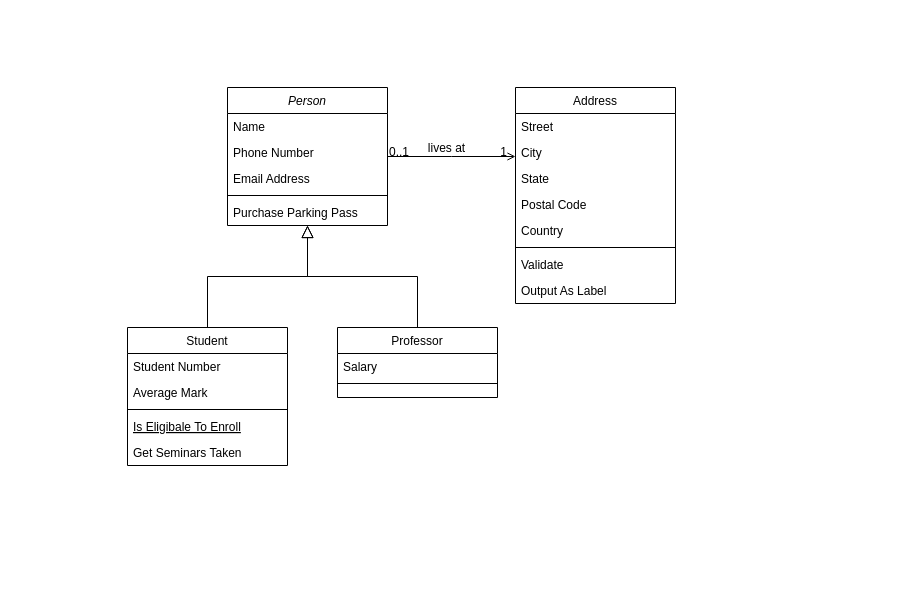
Above: design/Untitled Diagram.drawio in HustLion/UIStreamer (draw.io), before the change. Source tidied: cells renumbered, new cells numbered last; positions are measured from the earlier drawing's top-left corner, leaving out a move shared by most shapes. Both pictures are drawn from the tidied source at 100%, with x=0, y=0 at pixel (127, 87).
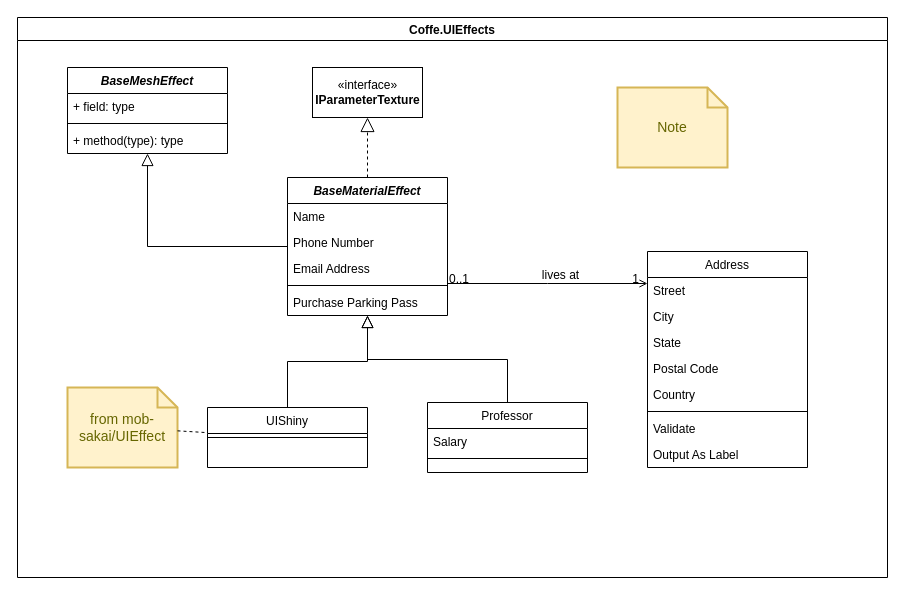
Above is the later version.

The edit, as a diff of the source:
```diff
@@
+    <mxCell id="32" value="Coffe.UIEffects" style="swimlane;" parent="1" vertex="1">
+      <mxGeometry x="-110" y="-70" width="870" height="560" as="geometry" />
+    </mxCell>
+    <mxCell id="33" value="Note" style="shape=note;strokeWidth=2;fontSize=14;size=20;whiteSpace=wrap;html=1;fillColor=#fff2cc;strokeColor=#d6b656;fontColor=#666600;" parent="32" vertex="1">
+      <mxGeometry x="600" y="70" width="110" height="80" as="geometry" />
+    </mxCell>
+    <mxCell id="34" style="edgeStyle=orthogonalEdgeStyle;rounded=0;jettySize=auto;html=1;endArrow=block;endFill=0;endSize=10;" parent="32" edge="1" source="2" target="37">
+      <mxGeometry relative="1" as="geometry" />
+    </mxCell>
-    <mxCell id="2" value="Person" style="swimlane;fontStyle=2;align=center;verticalAlign=top;horizontal=1;startSize=26;rounded=0;shadow=0;strokeWidth=1;" parent="1" vertex="1">
-      <mxGeometry x="100" width="160" height="138" as="geometry" />
+    <mxCell id="2" value="BaseMaterialEffect" style="swimlane;fontStyle=3;align=center;verticalAlign=top;horizontal=1;startSize=26;rounded=0;shadow=0;strokeWidth=1;" parent="32" vertex="1">
+      <mxGeometry x="270" y="160" width="160" height="138" as="geometry" />
     </mxCell>
@@
-    <mxCell id="8" value="Student" style="swimlane;fontStyle=0;align=center;verticalAlign=top;horizontal=1;startSize=26;rounded=0;shadow=0;strokeWidth=1;" parent="1" vertex="1">
-      <mxGeometry y="240" width="160" height="138" as="geometry" />
+    <mxCell id="8" value="UIShiny" style="swimlane;fontStyle=0;align=center;verticalAlign=top;horizontal=1;startSize=26;rounded=0;shadow=0;strokeWidth=1;" parent="32" vertex="1">
+      <mxGeometry x="190" y="390" width="160" height="60" as="geometry" />
     </mxCell>
-    <mxCell id="9" value="Student Number" style="text;align=left;verticalAlign=top;spacingLeft=4;spacingRight=4;overflow=hidden;" parent="8" vertex="1">
-      <mxGeometry y="26" width="160" height="26" as="geometry" />
-    </mxCell>
-    <mxCell id="10" value="Average Mark" style="text;align=left;verticalAlign=top;spacingLeft=4;spacingRight=4;overflow=hidden;rounded=0;shadow=0;html=0;" parent="8" vertex="1">
-      <mxGeometry y="52" width="160" height="26" as="geometry" />
-    </mxCell>
     <mxCell id="11" style="line;html=1;strokeWidth=1;align=left;verticalAlign=middle;spacingTop=-1;spacingLeft=3;spacingRight=3;labelPosition=right;" parent="8" vertex="1">
-      <mxGeometry y="78" width="160" height="8" as="geometry" />
+      <mxGeometry y="26" width="160" height="8" as="geometry" />
     </mxCell>
-    <mxCell id="12" value="Is Eligibale To Enroll" style="text;align=left;verticalAlign=top;spacingLeft=4;spacingRight=4;overflow=hidden;fontStyle=4;" parent="8" vertex="1">
-      <mxGeometry y="86" width="160" height="26" as="geometry" />
-    </mxCell>
-    <mxCell id="13" value="Get Seminars Taken" style="text;align=left;verticalAlign=top;spacingLeft=4;spacingRight=4;overflow=hidden;" parent="8" vertex="1">
-      <mxGeometry y="112" width="160" height="26" as="geometry" />
-    </mxCell>
-    <mxCell id="14" style="endArrow=block;endSize=10;endFill=0;shadow=0;strokeWidth=1;rounded=0;edgeStyle=elbowEdgeStyle;elbow=vertical;" parent="1" edge="1" source="8" target="2">
+    <mxCell id="14" style="endArrow=block;endSize=10;endFill=0;shadow=0;strokeWidth=1;rounded=0;edgeStyle=elbowEdgeStyle;elbow=vertical;" parent="32" edge="1" source="8" target="2">
       <mxGeometry relative="1" as="geometry" />
     </mxCell>
-    <mxCell id="15" value="Professor" style="swimlane;fontStyle=0;align=center;verticalAlign=top;horizontal=1;startSize=26;rounded=0;shadow=0;strokeWidth=1;" parent="1" vertex="1">
-      <mxGeometry x="210" y="240" width="160" height="70" as="geometry" />
+    <mxCell id="15" value="Professor" style="swimlane;fontStyle=0;align=center;verticalAlign=top;horizontal=1;startSize=26;rounded=0;shadow=0;strokeWidth=1;" parent="32" vertex="1">
+      <mxGeometry x="410" y="385" width="160" height="70" as="geometry" />
     </mxCell>
@@
-    <mxCell id="18" style="endArrow=block;endSize=10;endFill=0;shadow=0;strokeWidth=1;rounded=0;edgeStyle=elbowEdgeStyle;elbow=vertical;" parent="1" edge="1" source="15" target="2">
+    <mxCell id="18" style="endArrow=block;endSize=10;endFill=0;shadow=0;strokeWidth=1;rounded=0;edgeStyle=elbowEdgeStyle;elbow=vertical;" parent="32" edge="1" source="15" target="2">
       <mxGeometry relative="1" as="geometry" />
     </mxCell>
+    <mxCell id="35" value="from mob-sakai/UIEffect" style="shape=note;strokeWidth=2;fontSize=14;size=20;whiteSpace=wrap;html=1;fillColor=#fff2cc;strokeColor=#d6b656;fontColor=#666600;" parent="32" vertex="1">
+      <mxGeometry x="50" y="370" width="110" height="80" as="geometry" />
+    </mxCell>
+    <mxCell id="36" style="endArrow=none;dashed=1;html=1;" parent="32" edge="1" source="35" target="8">
+      <mxGeometry relative="1" as="geometry" />
+    </mxCell>
-    <mxCell id="19" value="Address" style="swimlane;fontStyle=0;align=center;verticalAlign=top;horizontal=1;startSize=26;rounded=0;shadow=0;strokeWidth=1;" parent="1" vertex="1">
-      <mxGeometry x="388" width="160" height="216" as="geometry" />
+    <mxCell id="19" value="Address" style="swimlane;fontStyle=0;align=center;verticalAlign=top;horizontal=1;startSize=26;rounded=0;shadow=0;strokeWidth=1;" parent="32" vertex="1">
+      <mxGeometry x="630" y="234" width="160" height="216" as="geometry" />
     </mxCell>
@@
-    <mxCell id="28" style="endArrow=open;shadow=0;strokeWidth=1;rounded=0;endFill=1;edgeStyle=elbowEdgeStyle;elbow=vertical;" parent="1" edge="1" source="2" target="19">
+    <mxCell id="28" style="endArrow=open;shadow=0;strokeWidth=1;rounded=0;endFill=1;edgeStyle=elbowEdgeStyle;elbow=vertical;" parent="32" edge="1" source="2" target="19">
       <mxGeometry x="0.5" y="41" relative="1" as="geometry">
         <mxPoint x="-40" y="32" as="offset" />
       </mxGeometry>
     </mxCell>
@@
+    <mxCell id="37" value="BaseMeshEffect" style="swimlane;fontStyle=3;align=center;verticalAlign=top;horizontal=1;startSize=26;" parent="32" vertex="1">
+      <mxGeometry x="50" y="50" width="160" height="86" as="geometry" />
+    </mxCell>
+    <mxCell id="38" value="+ field: type" style="text;strokeColor=none;fillColor=none;align=left;verticalAlign=top;spacingLeft=4;spacingRight=4;overflow=hidden;" parent="37" vertex="1">
+      <mxGeometry y="26" width="160" height="26" as="geometry" />
+    </mxCell>
+    <mxCell id="39" style="line;strokeWidth=1;fillColor=none;align=left;verticalAlign=middle;spacingTop=-1;spacingLeft=3;spacingRight=3;labelPosition=right;" parent="37" vertex="1">
+      <mxGeometry y="52" width="160" height="8" as="geometry" />
+    </mxCell>
+    <mxCell id="40" value="+ method(type): type" style="text;strokeColor=none;fillColor=none;align=left;verticalAlign=top;spacingLeft=4;spacingRight=4;overflow=hidden;" parent="37" vertex="1">
+      <mxGeometry y="60" width="160" height="26" as="geometry" />
+    </mxCell>
+    <mxCell id="41" value="«interface»&lt;br&gt;&lt;b&gt;IParameterTexture&lt;/b&gt;" style="html=1;" parent="32" vertex="1">
+      <mxGeometry x="295" y="50" width="110" height="50" as="geometry" />
+    </mxCell>
+    <mxCell id="42" style="endArrow=block;dashed=1;endFill=0;endSize=12;html=1;entryX=0.5;entryY=1;entryDx=0;entryDy=0;" parent="32" edge="1" source="2" target="41">
+      <mxGeometry relative="1" as="geometry" />
+    </mxCell>
```
